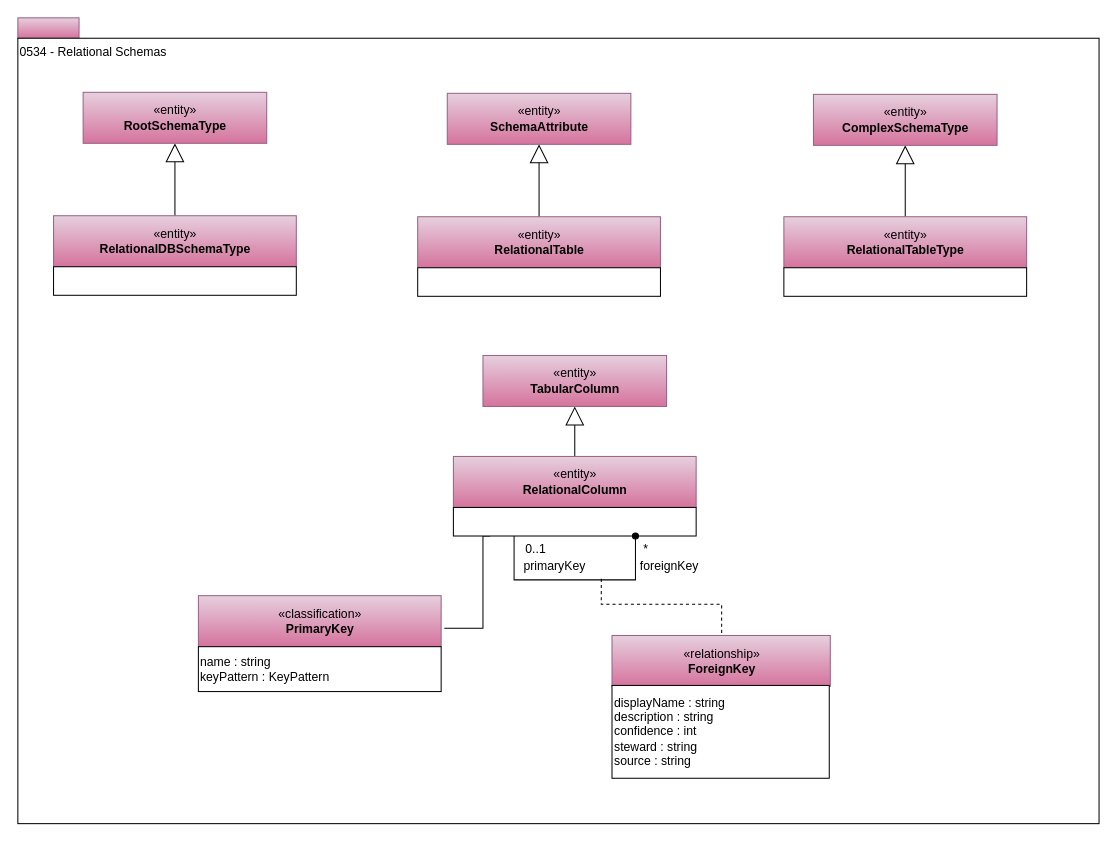
odpi/egeria-docs keeps this draw.io diagram as page "0534-Relational-Schemas" (16 of 36) of site/docs/types/5/area-5-models-and-schema.drawio. Above is the earlier version. Source tidied: cells renumbered, new cells numbered last; positions are measured from the earlier drawing's top-left corner, leaving out a move shared by most shapes. Both pictures are drawn from the tidied source at 102%, with x=0, y=0 at pixel (17, 17).
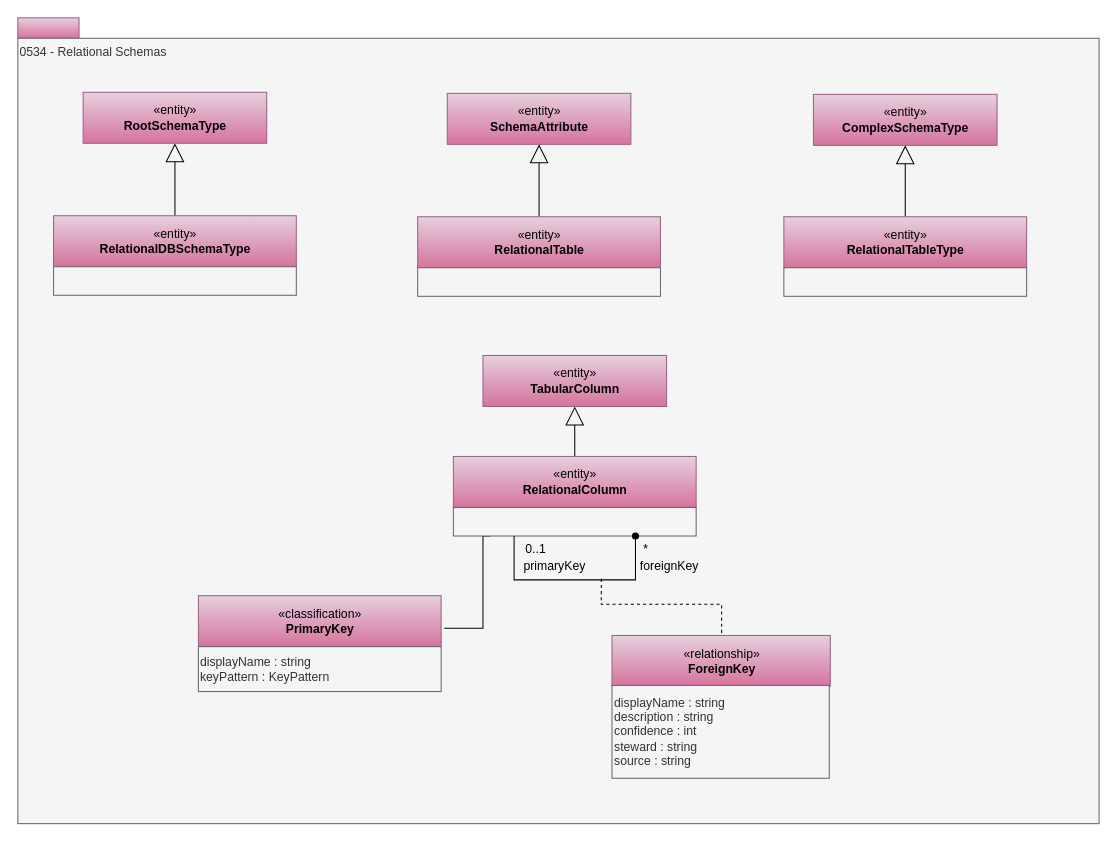
The same page after the edit.

Unchanged cells that the change refers to:
```xml
<mxCell id="21" style="group;" parent="1" vertex="1">
  <mxGeometry x="35" y="194" width="238" height="78" as="geometry" />
</mxCell>
<mxCell id="24" style="group;" parent="1" vertex="1">
  <mxGeometry x="392" y="195" width="238" height="78" as="geometry" />
</mxCell>
<mxCell id="27" style="group;" parent="1" vertex="1">
  <mxGeometry x="177" y="566.5" width="238" height="94" as="geometry" />
</mxCell>
<mxCell id="30" style="group;" parent="1" vertex="1">
  <mxGeometry x="582.5" y="605.5" width="214" height="140" as="geometry" />
</mxCell>
<mxCell id="35" style="group;" parent="1" vertex="1">
  <mxGeometry x="751" y="195" width="238" height="78" as="geometry" />
</mxCell>
```

What changed in the source:
```diff
@@
-    <mxCell id="3" value="0534 - Relational Schemas" style="rounded=0;whiteSpace=wrap;html=1;align=left;verticalAlign=top;" parent="1" vertex="1">
+    <mxCell id="3" value="0534 - Relational Schemas" style="rounded=0;whiteSpace=wrap;html=1;align=left;verticalAlign=top;fillColor=#f5f5f5;fontColor=#333333;strokeColor=#666666;" parent="1" vertex="1">
       <mxGeometry y="20" width="1060" height="770" as="geometry" />
     </mxCell>
@@
-    <mxCell id="12" style="rounded=0;whiteSpace=wrap;html=1;strokeColor=#000000;gradientColor=#ffffff;align=left;" parent="1" vertex="1">
+    <mxCell id="12" style="rounded=0;whiteSpace=wrap;html=1;strokeColor=#666666;align=left;fillColor=#f5f5f5;fontColor=#333333;" parent="1" vertex="1">
       <mxGeometry x="427" y="480" width="238" height="28" as="geometry" />
     </mxCell>
@@
-    <mxCell id="23" style="rounded=0;whiteSpace=wrap;html=1;strokeColor=#000000;gradientColor=#ffffff;align=left;" parent="21" vertex="1">
+    <mxCell id="23" style="rounded=0;whiteSpace=wrap;html=1;strokeColor=#666666;align=left;fillColor=#f5f5f5;fontColor=#333333;" parent="21" vertex="1">
       <mxGeometry y="50" width="238" height="28" as="geometry" />
     </mxCell>
@@
-    <mxCell id="26" style="rounded=0;whiteSpace=wrap;html=1;strokeColor=#000000;gradientColor=#ffffff;align=left;" parent="24" vertex="1">
+    <mxCell id="26" style="rounded=0;whiteSpace=wrap;html=1;strokeColor=#666666;align=left;fillColor=#f5f5f5;fontColor=#333333;" parent="24" vertex="1">
       <mxGeometry y="50" width="238" height="28" as="geometry" />
     </mxCell>
@@
-    <mxCell id="29" value="name : string&lt;br&gt;keyPattern : KeyPattern" style="rounded=0;whiteSpace=wrap;html=1;strokeColor=#000000;gradientColor=#ffffff;align=left;" parent="27" vertex="1">
+    <mxCell id="29" value="displayName : string&lt;br&gt;keyPattern : KeyPattern" style="rounded=0;whiteSpace=wrap;html=1;strokeColor=#666666;align=left;fillColor=#f5f5f5;fontColor=#333333;" parent="27" vertex="1">
       <mxGeometry y="50" width="238" height="44" as="geometry" />
     </mxCell>
@@
-    <mxCell id="32" value="displayName : string&lt;div style=&quot;text-align: left&quot;&gt;description : string&lt;/div&gt;&lt;div style=&quot;text-align: left&quot;&gt;confidence : int&lt;/div&gt;&lt;div style=&quot;text-align: left&quot;&gt;steward : string&lt;/div&gt;&lt;div style=&quot;text-align: left&quot;&gt;source : string&lt;/div&gt;" style="rounded=0;whiteSpace=wrap;html=1;strokeColor=#000000;gradientColor=#ffffff;align=left;" parent="30" vertex="1">
+    <mxCell id="32" value="displayName : string&lt;div style=&quot;text-align: left&quot;&gt;description : string&lt;/div&gt;&lt;div style=&quot;text-align: left&quot;&gt;confidence : int&lt;/div&gt;&lt;div style=&quot;text-align: left&quot;&gt;steward : string&lt;/div&gt;&lt;div style=&quot;text-align: left&quot;&gt;source : string&lt;/div&gt;" style="rounded=0;whiteSpace=wrap;html=1;strokeColor=#666666;align=left;fillColor=#f5f5f5;fontColor=#333333;" parent="30" vertex="1">
       <mxGeometry y="49" width="213" height="91" as="geometry" />
     </mxCell>
@@
-    <mxCell id="37" style="rounded=0;whiteSpace=wrap;html=1;strokeColor=#000000;gradientColor=#ffffff;align=left;" parent="35" vertex="1">
+    <mxCell id="37" style="rounded=0;whiteSpace=wrap;html=1;strokeColor=#666666;align=left;fillColor=#f5f5f5;fontColor=#333333;" parent="35" vertex="1">
       <mxGeometry y="50" width="238" height="28" as="geometry" />
     </mxCell>
```
